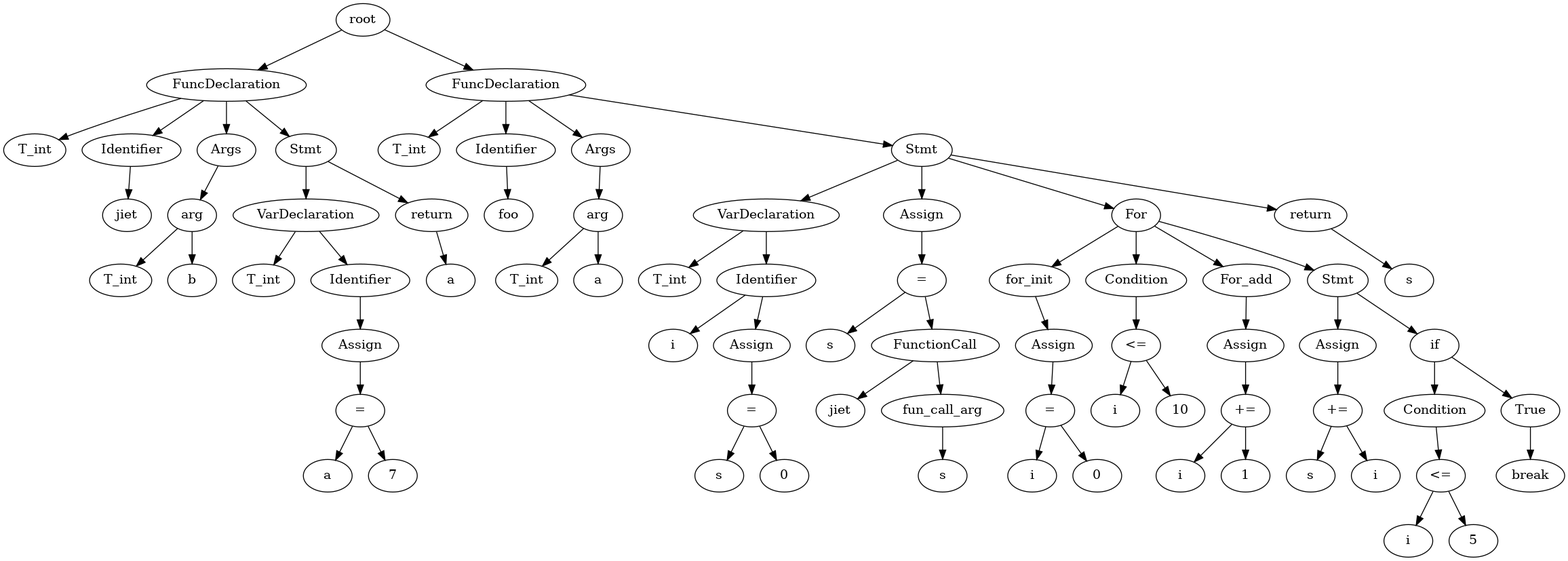
The Graphviz diagram test.gv.png in Jstar49/starCC, before a commit. Its source is kept beside it as test.gv.
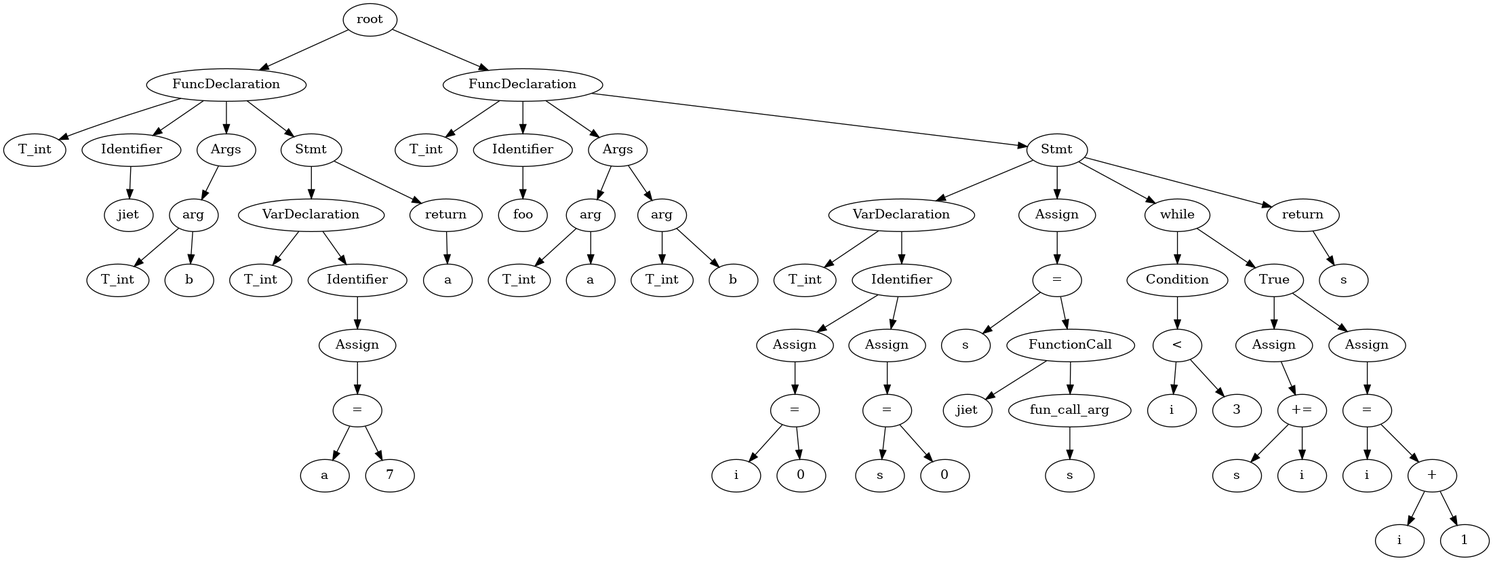
The same diagram one commit later.

The edit, as a diff of the source:
```diff
@@ -52,94 +52,84 @@
 	23 -> 24
 	25 [label=a]
 	23 -> 25
-	26 [label=Stmt]
-	18 -> 26
-	27 [label=VarDeclaration]
+	26 [label=arg]
+	22 -> 26
+	27 [label=T_int]
 	26 -> 27
-	28 [label=T_int]
-	27 -> 28
-	29 [label=Identifier]
-	27 -> 29
-	30 [label=i]
+	28 [label=b]
+	26 -> 28
+	29 [label=Stmt]
+	18 -> 29
+	30 [label=VarDeclaration]
 	29 -> 30
-	31 [label=Assign]
-	29 -> 31
-	33 [label="="]
-	31 -> 33
-	32 [label=s]
-	33 -> 32
-	34 [label=0]
-	33 -> 34
-	35 [label=Assign]
-	26 -> 35
-	37 [label="="]
-	35 -> 37
-	36 [label=s]
-	37 -> 36
-	38 [label=FunctionCall]
-	37 -> 38
-	39 [label=jiet]
-	38 -> 39
-	40 [label=fun_call_arg]
-	38 -> 40
-	41 [label=s]
-	40 -> 41
-	42 [label=For]
-	26 -> 42
-	43 [label=for_init]
-	42 -> 43
-	44 [label=Assign]
+	31 [label=T_int]
+	30 -> 31
+	32 [label=Identifier]
+	30 -> 32
+	33 [label=Assign]
+	32 -> 33
+	35 [label="="]
+	33 -> 35
+	34 [label=i]
+	35 -> 34
+	36 [label=0]
+	35 -> 36
+	37 [label=Assign]
+	32 -> 37
+	39 [label="="]
+	37 -> 39
+	38 [label=s]
+	39 -> 38
+	40 [label=0]
+	39 -> 40
+	41 [label=Assign]
+	29 -> 41
+	43 [label="="]
+	41 -> 43
+	42 [label=s]
+	43 -> 42
+	44 [label=FunctionCall]
 	43 -> 44
-	46 [label="="]
+	45 [label=jiet]
+	44 -> 45
+	46 [label=fun_call_arg]
 	44 -> 46
-	45 [label=i]
-	46 -> 45
-	47 [label=0]
+	47 [label=s]
 	46 -> 47
-	48 [label=Condition]
-	42 -> 48
-	50 [label="<="]
-	48 -> 50
-	49 [label=i]
-	50 -> 49
-	51 [label=10]
-	50 -> 51
-	52 [label=For_add]
-	42 -> 52
-	53 [label=Assign]
-	52 -> 53
-	55 [label="+="]
-	53 -> 55
-	54 [label=i]
-	55 -> 54
-	56 [label=1]
-	55 -> 56
-	57 [label=Stmt]
-	42 -> 57
+	48 [label=while]
+	29 -> 48
+	49 [label=Condition]
+	48 -> 49
+	51 [label="<"]
+	49 -> 51
+	50 [label=i]
+	51 -> 50
+	52 [label=3]
+	51 -> 52
+	53 [label=True]
+	48 -> 53
+	54 [label=Assign]
+	53 -> 54
+	56 [label="+="]
+	54 -> 56
+	55 [label=s]
+	56 -> 55
+	57 [label=i]
+	56 -> 57
 	58 [label=Assign]
-	57 -> 58
-	60 [label="+="]
+	53 -> 58
+	60 [label="="]
 	58 -> 60
-	59 [label=s]
+	59 [label=i]
 	60 -> 59
+	62 [label="+"]
+	60 -> 62
 	61 [label=i]
-	60 -> 61
-	62 [label=if]
-	57 -> 62
-	63 [label=Condition]
+	62 -> 61
+	63 [label=1]
 	62 -> 63
-	65 [label="<="]
-	63 -> 65
-	64 [label=i]
-	65 -> 64
-	66 [label=5]
-	65 -> 66
-	67 [label=True]
-	62 -> 67
-	68 [label=break]
-	67 -> 68
-	69 [label=return]
-	26 -> 69
-	70 [label=s]
-	69 -> 70
+	64 [label=return]
+	29 -> 64
+	65 [label=s]
+	64 -> 65
 }
```
